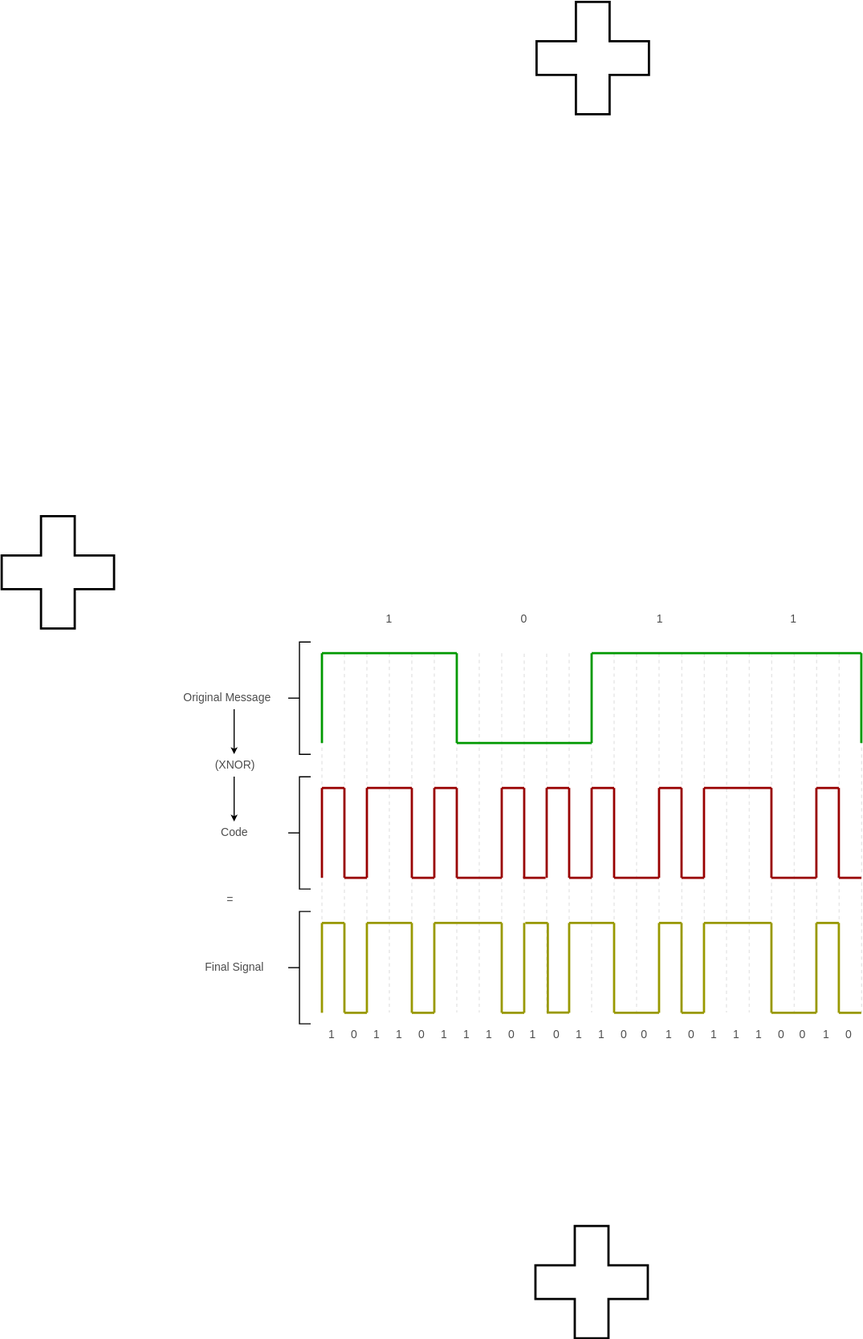
StarStuffSteve/masters-research-project keeps this draw.io diagram as Thesis/Thesis Figures/CDMA Spreading.svg. Above is the earlier version. Source tidied: cells renumbered, new cells last; positions are measured from the earlier drawing's top-left corner, leaving out a move shared by most shapes.
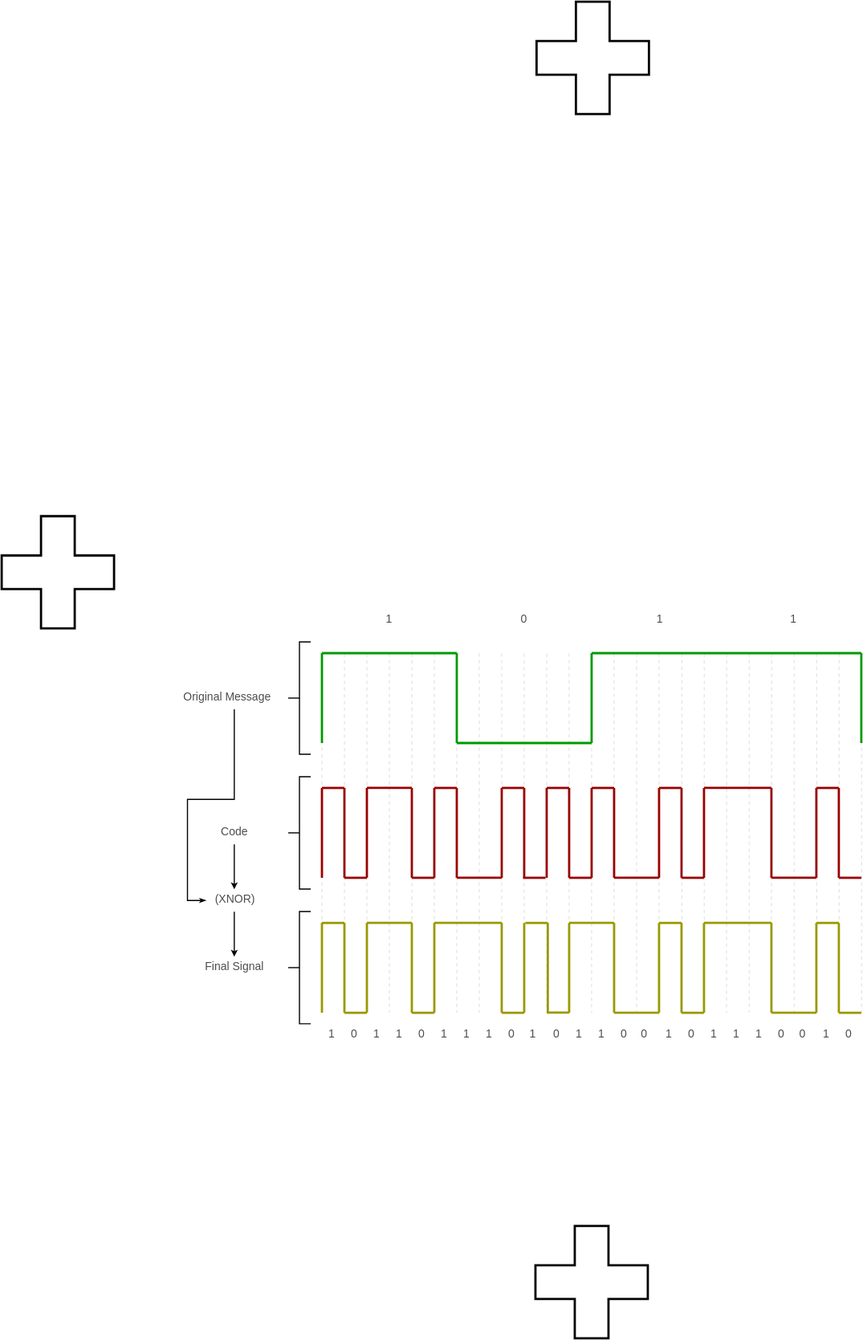
The same diagram one commit later.

Commit message:
Minor figure adjustments

The edit, as a diff of the source:
```diff
@@ -1,4 +1,4 @@
-<mxGraphModel background="#ffffff">
+<mxGraphModel>
   <root>
     <mxCell id="0" />
     <mxCell id="1" parent="0" />
@@ -711,23 +711,29 @@
     <mxCell id="137" style="strokeWidth=1;html=1;shape=mxgraph.flowchart.annotation_2;align=left;fillColor=none;gradientColor=none;fontSize=10;fontColor=#4D4D4D;" parent="1" vertex="1">
       <mxGeometry x="255" y="690" width="20" height="100" as="geometry" />
     </mxCell>
+    <mxCell id="143" style="edgeStyle=orthogonalEdgeStyle;rounded=0;html=1;entryX=0;entryY=0.5;startArrow=none;startFill=0;startSize=3;endArrow=classicThin;endFill=1;endSize=3;jettySize=auto;strokeColor=#000000;strokeWidth=1;fontSize=10;fontColor=#4D4D4D;" parent="1" edge="1" source="138" target="141">
+      <mxGeometry relative="1" as="geometry">
+        <Array as="points">
+          <mxPoint x="207" y="710" />
+          <mxPoint x="165" y="710" />
+          <mxPoint x="165" y="800" />
+        </Array>
+      </mxGeometry>
+    </mxCell>
     <mxCell id="138" value="Original Message" style="whiteSpace=wrap;html=1;strokeColor=none;strokeWidth=1;fillColor=none;gradientColor=none;fontSize=10;fontColor=#4D4D4D;align=center;" parent="1" vertex="1">
       <mxGeometry x="145" y="610" width="110" height="20" as="geometry" />
     </mxCell>
     <mxCell id="139" style="strokeWidth=1;html=1;shape=mxgraph.flowchart.annotation_2;align=left;fillColor=none;gradientColor=none;fontSize=10;fontColor=#4D4D4D;" parent="1" vertex="1">
       <mxGeometry x="255" y="570" width="20" height="100" as="geometry" />
     </mxCell>
-    <mxCell id="140" value="=" style="whiteSpace=wrap;html=1;strokeColor=none;strokeWidth=1;fillColor=none;gradientColor=none;fontSize=10;fontColor=#4D4D4D;align=center;" parent="1" vertex="1">
-      <mxGeometry x="155" y="790" width="96" height="20" as="geometry" />
-    </mxCell>
     <mxCell id="141" value="(XNOR)" style="whiteSpace=wrap;html=1;strokeColor=none;strokeWidth=1;fillColor=none;gradientColor=none;fontSize=10;fontColor=#4D4D4D;align=center;" parent="1" vertex="1">
-      <mxGeometry x="159" y="670" width="96" height="20" as="geometry" />
+      <mxGeometry x="182" y="790" width="50" height="20" as="geometry" />
     </mxCell>
-    <mxCell id="142" style="endArrow=classic;html=1;strokeColor=#000000;strokeWidth=1;fontSize=10;fontColor=#4D4D4D;entryX=0.5;entryY=0;exitX=0.5;exitY=1;endSize=3;startSize=3;" parent="1" edge="1" source="141" target="136">
+    <mxCell id="142" style="endArrow=classic;html=1;strokeColor=#000000;strokeWidth=1;fontSize=10;fontColor=#4D4D4D;entryX=0.5;entryY=0;endSize=3;startSize=3;exitX=0.5;exitY=1;" parent="1" edge="1" source="136" target="141">
       <mxGeometry relative="1" as="geometry" />
     </mxCell>
-    <mxCell id="143" style="endArrow=classic;html=1;strokeColor=#000000;strokeWidth=1;fontSize=10;fontColor=#4D4D4D;entryX=0.5;entryY=0;exitX=0.562;exitY=0.993;exitPerimeter=0;endSize=3;startSize=3;" parent="1" edge="1" source="138" target="141">
-      <mxGeometry relative="1" as="geometry" />
-    </mxCell>
+    <mxCell id="144" style="endArrow=classic;html=1;strokeColor=#000000;strokeWidth=1;fontSize=10;fontColor=#4D4D4D;entryX=0.5;entryY=0;endSize=3;startSize=3;exitX=0.5;exitY=1;" parent="1" edge="1" source="141" target="135">
+      <mxGeometry relative="1" as="geometry" />
+    </mxCell>
   </root>
 </mxGraphModel>
```
